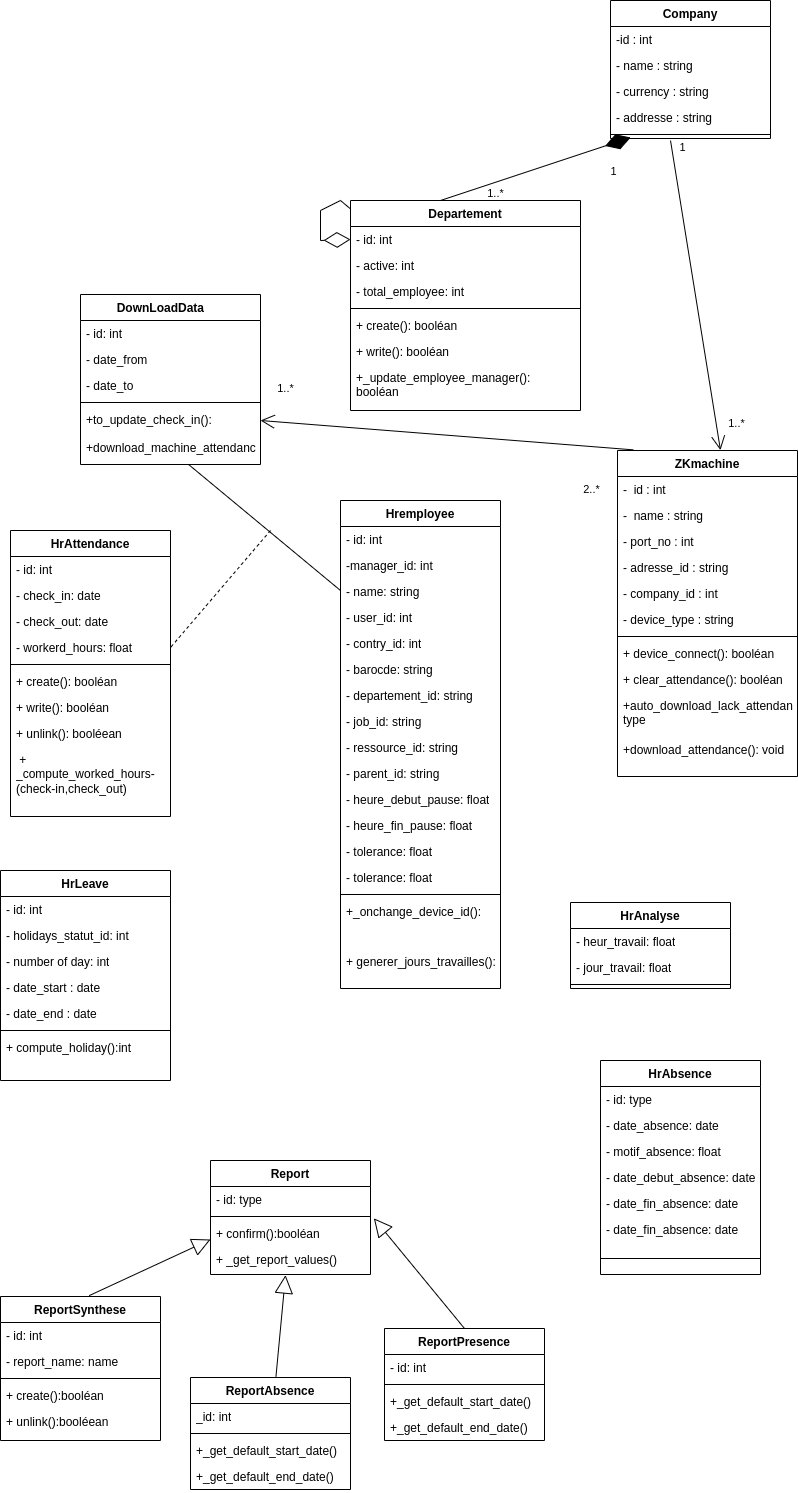
This is static/Diagramme de classe.drawio.png from Siluearsene/borne_biometrique, a draw.io export, as it was before one commit. Source tidied: cells renumbered, new cells last; positions are measured from the earlier drawing's top-left corner, leaving out a move shared by most shapes.
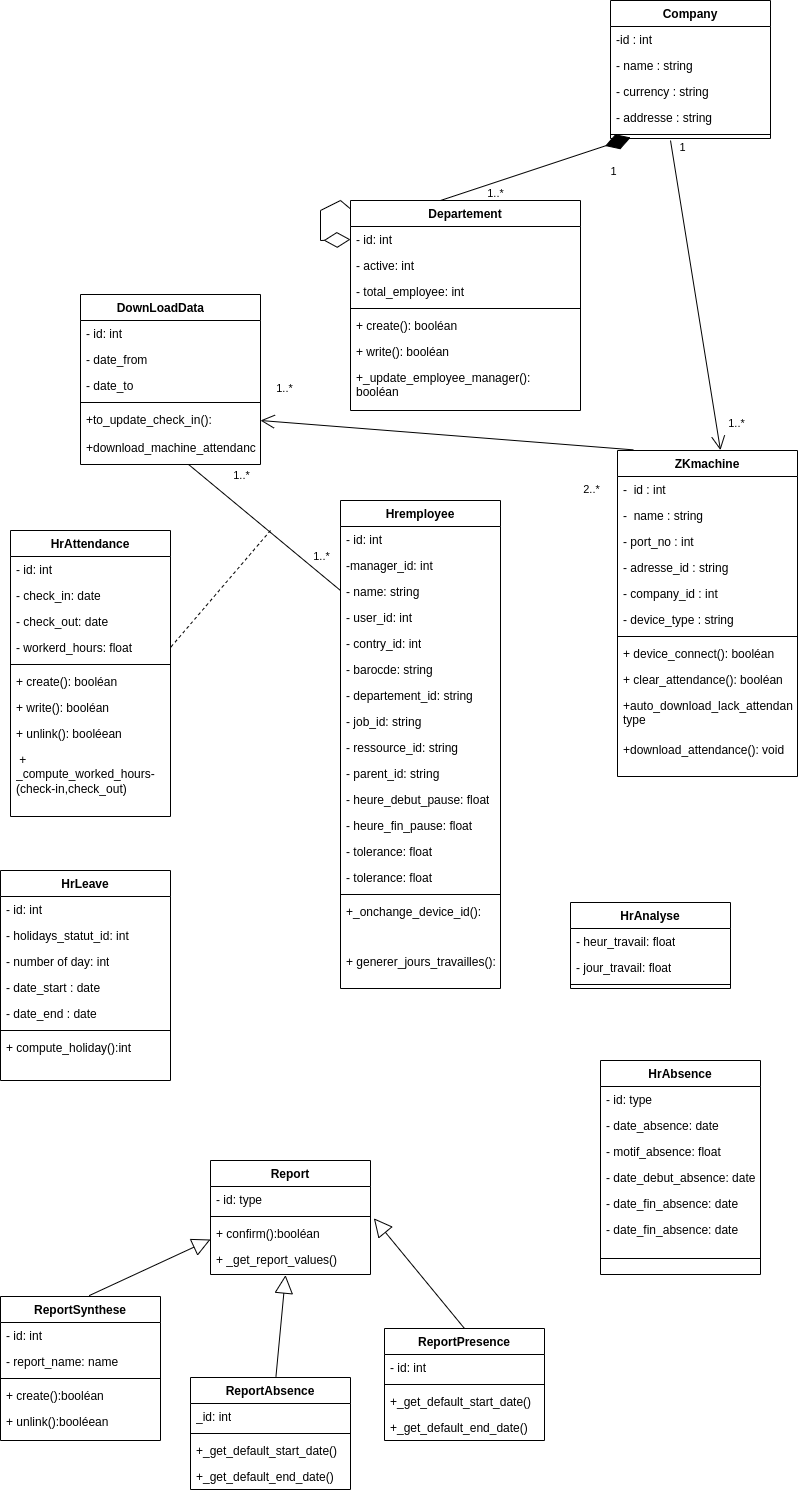
After the change.

Commit message:
Mettre à jour Diagramme de classe.drawio.png

The edit, as a diff of the source:
```diff
@@ -372,6 +372,16 @@
         <mxPoint x="340" y="590" as="sourcePoint" />
       </mxGeometry>
     </mxCell>
+    <mxCell id="119" value="1..*" style="edgeLabel;html=1;align=center;verticalAlign=middle;" parent="117" vertex="1">
+      <mxGeometry x="-0.69" y="1" relative="1" as="geometry">
+        <mxPoint x="5" y="-15" as="offset" />
+      </mxGeometry>
+    </mxCell>
+    <mxCell id="120" value="1..*" style="edgeLabel;html=1;align=center;verticalAlign=middle;" parent="117" vertex="1">
+      <mxGeometry x="0.83" y="-1" relative="1" as="geometry">
+        <mxPoint x="38" as="offset" />
+      </mxGeometry>
+    </mxCell>
     <mxCell id="118" style="endArrow=none;dashed=1;html=1;rounded=0;entryX=1;entryY=0.5;entryDx=0;entryDy=0;" parent="1" edge="1" target="56">
       <mxGeometry relative="1" as="geometry">
         <mxPoint x="270" y="530" as="sourcePoint" />
```
